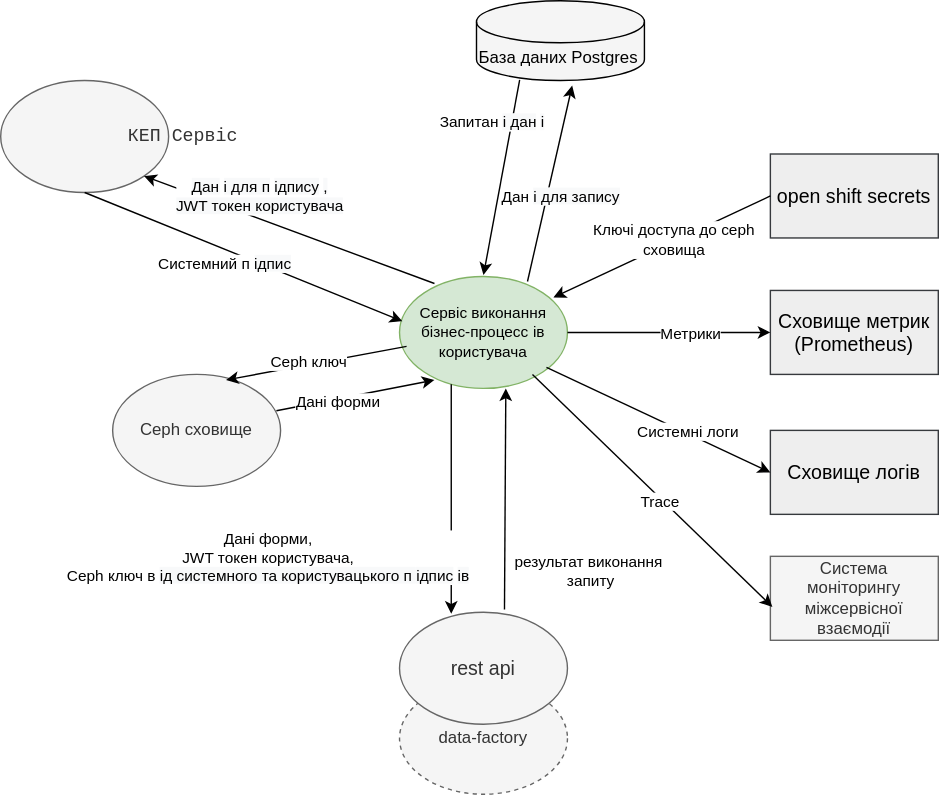
Before: docs/modules/bpms/images/business-process-management.svg, a diagram exported from draw.io (epam/edp-ddm-bpms). Source tidied: cells renumbered, new cells last; positions are measured from the earlier drawing's top-left corner, leaving out a move shared by most shapes. The source it was exported from:
```xml
<mxGraphModel background="#FFFFFF">
  <root>
    <mxCell id="0" />
    <mxCell id="1" parent="0" />
    <mxCell id="2" value="data-factory" style="ellipse;whiteSpace=wrap;html=1;fillColor=#f5f5f5;strokeColor=#666666;fontColor=#333333;dashed=1;" parent="1" vertex="1">
      <mxGeometry x="285" y="487" width="120" height="80" as="geometry" />
    </mxCell>
    <mxCell id="3" value="&lt;div style=&quot;font-size: 11px&quot;&gt;&lt;font style=&quot;font-size: 11px&quot;&gt;Сервіс виконання&lt;/font&gt;&lt;/div&gt;&lt;span style=&quot;font-size: 11px&quot;&gt;бізнес-процесс&lt;/span&gt;&lt;span style=&quot;font-size: 11px&quot;&gt;ів користувача&lt;/span&gt;" style="ellipse;whiteSpace=wrap;html=1;fillColor=#d5e8d4;strokeColor=#82b366;" parent="1" vertex="1">
      <mxGeometry x="285" y="197" width="120" height="80" as="geometry" />
    </mxCell>
    <mxCell id="4" value="&lt;pre style=&quot;font-family: &amp;#34;jetbrains mono&amp;#34; , monospace ; font-size: 9.8pt&quot;&gt;&lt;span style=&quot;background-color: transparent&quot;&gt;КЕП Сервіс&lt;/span&gt;&lt;/pre&gt;" style="ellipse;whiteSpace=wrap;html=1;fillColor=#f5f5f5;strokeColor=#666666;fontColor=#333333;" parent="1" vertex="1">
      <mxGeometry y="57" width="120" height="80" as="geometry" />
    </mxCell>
    <mxCell id="5" style="endArrow=classic;html=1;exitX=0.5;exitY=1;exitDx=0;exitDy=0;entryX=0.017;entryY=0.4;entryDx=0;entryDy=0;entryPerimeter=0;" parent="1" edge="1" source="4" target="3">
      <mxGeometry relative="1" as="geometry" />
    </mxCell>
    <mxCell id="6" value="Системний п&lt;span style=&quot;background-color: rgb(248 , 249 , 250)&quot;&gt;ідпис&lt;/span&gt;" style="edgeLabel;html=1;align=center;verticalAlign=middle;fontSize=11;" parent="5" vertex="1">
      <mxGeometry x="-0.15" y="2" relative="1" as="geometry">
        <mxPoint x="2.9" y="12.8" as="offset" />
      </mxGeometry>
    </mxCell>
    <mxCell id="7" style="endArrow=classic;html=1;entryX=1;entryY=1;entryDx=0;entryDy=0;exitX=0.208;exitY=0.063;exitDx=0;exitDy=0;exitPerimeter=0;" parent="1" edge="1" source="3" target="4">
      <mxGeometry relative="1" as="geometry" />
    </mxCell>
    <mxCell id="8" value="&lt;span style=&quot;background-color: rgb(248 , 249 , 250)&quot;&gt;Дан&lt;/span&gt;&lt;span style=&quot;background-color: rgb(248 , 249 , 250)&quot;&gt;і для п&lt;/span&gt;&lt;span style=&quot;background-color: rgb(248 , 249 , 250)&quot;&gt;ідпису&lt;/span&gt;&lt;span style=&quot;background-color: rgb(248 , 249 , 250)&quot;&gt;,&lt;/span&gt;&lt;br style=&quot;background-color: rgb(248 , 249 , 250)&quot;&gt;&lt;span style=&quot;background-color: rgb(248 , 249 , 250)&quot;&gt;JWT токен користувача&lt;/span&gt;" style="edgeLabel;html=1;align=center;verticalAlign=middle;" parent="7" vertex="1">
      <mxGeometry x="0.21" y="-1" relative="1" as="geometry">
        <mxPoint y="-15.1" as="offset" />
      </mxGeometry>
    </mxCell>
    <mxCell id="9" style="endArrow=classic;html=1;exitX=0.308;exitY=0.963;exitDx=0;exitDy=0;exitPerimeter=0;entryX=0.308;entryY=0.013;entryDx=0;entryDy=0;entryPerimeter=0;" parent="1" edge="1" source="3" target="13">
      <mxGeometry relative="1" as="geometry" />
    </mxCell>
    <mxCell id="10" value="&lt;div style=&quot;font-size: 11px&quot;&gt;Дані форми,&lt;/div&gt;JWT токен користувача,&lt;br&gt;Ceph ключ в&lt;span style=&quot;background-color: rgb(248 , 249 , 250)&quot;&gt;ід системного та користувацького п&lt;/span&gt;&lt;span style=&quot;background-color: rgb(248 , 249 , 250)&quot;&gt;ідпис&lt;/span&gt;&lt;span style=&quot;background-color: rgb(248 , 249 , 250)&quot;&gt;ів&lt;/span&gt;" style="edgeLabel;html=1;align=center;verticalAlign=middle;fontSize=11;" parent="9" vertex="1">
      <mxGeometry x="0.18" y="-3" relative="1" as="geometry">
        <mxPoint x="-129" y="26" as="offset" />
      </mxGeometry>
    </mxCell>
    <mxCell id="11" style="endArrow=classic;html=1;entryX=0.633;entryY=1;entryDx=0;entryDy=0;entryPerimeter=0;exitX=0.625;exitY=-0.025;exitDx=0;exitDy=0;exitPerimeter=0;" parent="1" edge="1" source="13" target="3">
      <mxGeometry relative="1" as="geometry" />
    </mxCell>
    <mxCell id="12" value="&lt;div style=&quot;font-size: 11px&quot;&gt;&lt;span style=&quot;color: rgb(0 , 0 , 0) ; font-size: 11px&quot;&gt;результат виконання &lt;br style=&quot;font-size: 11px&quot;&gt;&lt;/span&gt;&lt;/div&gt;&lt;div style=&quot;font-size: 11px&quot;&gt;&lt;span style=&quot;color: rgb(0 , 0 , 0) ; font-size: 11px&quot;&gt;&amp;nbsp;запиту&lt;/span&gt;&lt;/div&gt;" style="edgeLabel;html=1;align=center;verticalAlign=middle;fontSize=11;" parent="11" vertex="1">
      <mxGeometry x="-0.13" y="-4" relative="1" as="geometry">
        <mxPoint x="55.6" y="41" as="offset" />
      </mxGeometry>
    </mxCell>
    <mxCell id="13" value="rest api" style="ellipse;whiteSpace=wrap;html=1;fontSize=14;fillColor=#f5f5f5;strokeColor=#666666;fontColor=#333333;" parent="1" vertex="1">
      <mxGeometry x="285" y="437" width="120" height="80" as="geometry" />
    </mxCell>
    <mxCell id="14" value="Ceph сховище" style="ellipse;whiteSpace=wrap;html=1;fillColor=#f5f5f5;strokeColor=#666666;fontColor=#333333;" parent="1" vertex="1">
      <mxGeometry x="80" y="267" width="120" height="80" as="geometry" />
    </mxCell>
    <mxCell id="15" style="endArrow=classic;html=1;entryX=0.208;entryY=0.925;entryDx=0;entryDy=0;entryPerimeter=0;exitX=0.975;exitY=0.325;exitDx=0;exitDy=0;exitPerimeter=0;" parent="1" edge="1" source="14" target="3">
      <mxGeometry relative="1" as="geometry" />
    </mxCell>
    <mxCell id="16" value="Дані форми" style="edgeLabel;html=1;align=center;verticalAlign=middle;fontSize=11;" parent="15" vertex="1">
      <mxGeometry x="-0.17" relative="1" as="geometry">
        <mxPoint x="-3.1" y="3" as="offset" />
      </mxGeometry>
    </mxCell>
    <mxCell id="17" style="endArrow=classic;html=1;entryX=0.675;entryY=0.05;entryDx=0;entryDy=0;entryPerimeter=0;exitX=0.042;exitY=0.625;exitDx=0;exitDy=0;exitPerimeter=0;" parent="1" edge="1" source="3" target="14">
      <mxGeometry relative="1" as="geometry" />
    </mxCell>
    <mxCell id="18" value="Ceph ключ" style="edgeLabel;html=1;align=center;verticalAlign=middle;fontSize=11;" parent="17" vertex="1">
      <mxGeometry x="0.08" y="-3" relative="1" as="geometry">
        <mxPoint x="0.3" as="offset" />
      </mxGeometry>
    </mxCell>
    <mxCell id="19" value="Сховище метрик&lt;br&gt;(Prometheus)" style="rounded=0;whiteSpace=wrap;html=1;fontSize=14;fillColor=#eeeeee;strokeColor=#36393d;" parent="1" vertex="1">
      <mxGeometry x="550" y="207" width="120" height="60" as="geometry" />
    </mxCell>
    <mxCell id="20" value="Сховище логів" style="rounded=0;whiteSpace=wrap;html=1;fontSize=14;strokeColor=#36393d;fillColor=#eeeeee;" parent="1" vertex="1">
      <mxGeometry x="550" y="307" width="120" height="60" as="geometry" />
    </mxCell>
    <mxCell id="21" value="open shift secrets" style="rounded=0;whiteSpace=wrap;html=1;fontSize=14;fillColor=#eeeeee;strokeColor=#36393d;" parent="1" vertex="1">
      <mxGeometry x="550" y="109.5" width="120" height="60" as="geometry" />
    </mxCell>
    <mxCell id="22" style="endArrow=classic;html=1;fontSize=14;entryX=0;entryY=0.5;entryDx=0;entryDy=0;" parent="1" edge="1" target="19">
      <mxGeometry relative="1" as="geometry">
        <mxPoint x="405" y="237" as="sourcePoint" />
      </mxGeometry>
    </mxCell>
    <mxCell id="23" value="Метрики" style="edgeLabel;html=1;align=center;verticalAlign=middle;fontSize=11;" parent="22" vertex="1">
      <mxGeometry x="0.2" relative="1" as="geometry" />
    </mxCell>
    <mxCell id="24" style="endArrow=classic;html=1;fontSize=14;entryX=0;entryY=0.5;entryDx=0;entryDy=0;" parent="1" edge="1" target="20">
      <mxGeometry relative="1" as="geometry">
        <mxPoint x="390" y="262" as="sourcePoint" />
      </mxGeometry>
    </mxCell>
    <mxCell id="25" value="Системні логи" style="edgeLabel;html=1;align=center;verticalAlign=middle;fontSize=11;" parent="24" vertex="1">
      <mxGeometry x="0.15" relative="1" as="geometry">
        <mxPoint x="8" y="2" as="offset" />
      </mxGeometry>
    </mxCell>
    <mxCell id="26" style="endArrow=classic;html=1;fontSize=14;exitX=0;exitY=0.5;exitDx=0;exitDy=0;" parent="1" edge="1" source="21">
      <mxGeometry relative="1" as="geometry">
        <mxPoint x="395" y="212" as="targetPoint" />
      </mxGeometry>
    </mxCell>
    <mxCell id="27" value="Ключі доступа до ceph&lt;br style=&quot;font-size: 11px&quot;&gt;сховища" style="edgeLabel;html=1;align=center;verticalAlign=middle;fontSize=11;" parent="26" vertex="1">
      <mxGeometry x="-0.11" y="-1" relative="1" as="geometry" />
    </mxCell>
    <mxCell id="28" value="Система моніторингу міжсервісної взаємодії" style="rounded=0;whiteSpace=wrap;html=1;fillColor=#f5f5f5;align=center;strokeColor=#666666;fontColor=#333333;" parent="1" vertex="1">
      <mxGeometry x="550" y="397" width="120" height="60" as="geometry" />
    </mxCell>
    <mxCell id="29" style="endArrow=classic;html=1;strokeColor=#000000;entryX=0.012;entryY=0.602;entryDx=0;entryDy=0;entryPerimeter=0;" parent="1" edge="1" target="28">
      <mxGeometry relative="1" as="geometry">
        <mxPoint x="380" y="267" as="sourcePoint" />
      </mxGeometry>
    </mxCell>
    <mxCell id="30" value="Trace" style="edgeLabel;html=1;align=center;verticalAlign=middle;" parent="29" vertex="1">
      <mxGeometry x="0.07" y="-2" relative="1" as="geometry" />
    </mxCell>
    <mxCell id="31" value="База даних Postgres" style="shape=cylinder3;whiteSpace=wrap;html=1;boundedLbl=1;backgroundOutline=1;size=15;align=left;fillColor=#F5F5F5;" parent="1" vertex="1">
      <mxGeometry x="340" width="120" height="57" as="geometry" />
    </mxCell>
    <mxCell id="32" style="endArrow=classic;html=1;entryX=0.57;entryY=1.063;entryDx=0;entryDy=0;exitX=0.762;exitY=0.045;exitDx=0;exitDy=0;entryPerimeter=0;exitPerimeter=0;" parent="1" edge="1" source="3" target="31">
      <mxGeometry relative="1" as="geometry" />
    </mxCell>
    <mxCell id="33" value="Дан&lt;span style=&quot;background-color: rgb(248 , 249 , 250)&quot;&gt;і для запису&lt;br&gt;&lt;/span&gt;" style="edgeLabel;html=1;align=center;verticalAlign=middle;" parent="32" vertex="1">
      <mxGeometry x="0.2" relative="1" as="geometry">
        <mxPoint x="4.4" y="22.7" as="offset" />
      </mxGeometry>
    </mxCell>
    <mxCell id="34" style="endArrow=classic;html=1;exitX=0.257;exitY=0.993;exitDx=0;exitDy=0;exitPerimeter=0;" parent="1" edge="1" source="31">
      <mxGeometry relative="1" as="geometry">
        <mxPoint x="345" y="196" as="targetPoint" />
      </mxGeometry>
    </mxCell>
    <mxCell id="35" value="Запитан&lt;span style=&quot;background-color: rgb(248 , 249 , 250)&quot;&gt;і дан&lt;/span&gt;&lt;span style=&quot;background-color: rgb(248 , 249 , 250)&quot;&gt;і&lt;/span&gt;" style="edgeLabel;html=1;align=center;verticalAlign=middle;" parent="34" vertex="1">
      <mxGeometry x="-0.3" y="1" relative="1" as="geometry">
        <mxPoint x="-12.7" y="-18.9" as="offset" />
      </mxGeometry>
    </mxCell>
  </root>
</mxGraphModel>
```
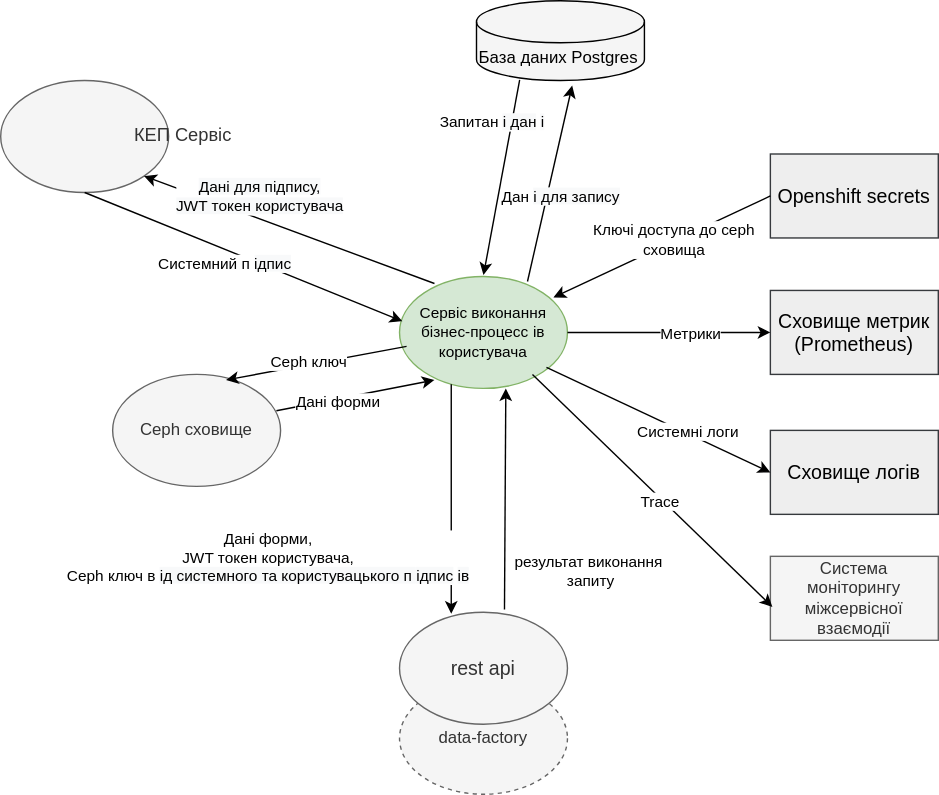
After the commit.

What changed in the source:
```diff
@@ -8,7 +8,7 @@
     <mxCell id="3" value="&lt;div style=&quot;font-size: 11px&quot;&gt;&lt;font style=&quot;font-size: 11px&quot;&gt;Сервіс виконання&lt;/font&gt;&lt;/div&gt;&lt;span style=&quot;font-size: 11px&quot;&gt;бізнес-процесс&lt;/span&gt;&lt;span style=&quot;font-size: 11px&quot;&gt;ів користувача&lt;/span&gt;" style="ellipse;whiteSpace=wrap;html=1;fillColor=#d5e8d4;strokeColor=#82b366;" parent="1" vertex="1">
       <mxGeometry x="285" y="197" width="120" height="80" as="geometry" />
     </mxCell>
-    <mxCell id="4" value="&lt;pre style=&quot;font-family: &amp;#34;jetbrains mono&amp;#34; , monospace ; font-size: 9.8pt&quot;&gt;&lt;span style=&quot;background-color: transparent&quot;&gt;КЕП Сервіс&lt;/span&gt;&lt;/pre&gt;" style="ellipse;whiteSpace=wrap;html=1;fillColor=#f5f5f5;strokeColor=#666666;fontColor=#333333;" parent="1" vertex="1">
+    <mxCell id="4" value="&lt;pre style=&quot;font-size: 9.8pt&quot;&gt;&lt;font face=&quot;Helvetica&quot;&gt;КЕП Сервіс&lt;/font&gt;&lt;/pre&gt;" style="ellipse;whiteSpace=wrap;html=1;fillColor=#f5f5f5;strokeColor=#666666;fontColor=#333333;" parent="1" vertex="1">
       <mxGeometry y="57" width="120" height="80" as="geometry" />
     </mxCell>
     <mxCell id="5" style="endArrow=classic;html=1;exitX=0.5;exitY=1;exitDx=0;exitDy=0;entryX=0.017;entryY=0.4;entryDx=0;entryDy=0;entryPerimeter=0;" parent="1" edge="1" source="4" target="3">
@@ -22,7 +22,7 @@
     <mxCell id="7" style="endArrow=classic;html=1;entryX=1;entryY=1;entryDx=0;entryDy=0;exitX=0.208;exitY=0.063;exitDx=0;exitDy=0;exitPerimeter=0;" parent="1" edge="1" source="3" target="4">
       <mxGeometry relative="1" as="geometry" />
     </mxCell>
-    <mxCell id="8" value="&lt;span style=&quot;background-color: rgb(248 , 249 , 250)&quot;&gt;Дан&lt;/span&gt;&lt;span style=&quot;background-color: rgb(248 , 249 , 250)&quot;&gt;і для п&lt;/span&gt;&lt;span style=&quot;background-color: rgb(248 , 249 , 250)&quot;&gt;ідпису&lt;/span&gt;&lt;span style=&quot;background-color: rgb(248 , 249 , 250)&quot;&gt;,&lt;/span&gt;&lt;br style=&quot;background-color: rgb(248 , 249 , 250)&quot;&gt;&lt;span style=&quot;background-color: rgb(248 , 249 , 250)&quot;&gt;JWT токен користувача&lt;/span&gt;" style="edgeLabel;html=1;align=center;verticalAlign=middle;" parent="7" vertex="1">
+    <mxCell id="8" value="&lt;span style=&quot;background-color: rgb(248 , 249 , 250)&quot;&gt;Дані для підпису,&lt;/span&gt;&lt;br style=&quot;background-color: rgb(248 , 249 , 250)&quot;&gt;&lt;span style=&quot;background-color: rgb(248 , 249 , 250)&quot;&gt;JWT токен користувача&lt;/span&gt;" style="edgeLabel;html=1;align=center;verticalAlign=middle;" parent="7" vertex="1">
       <mxGeometry x="0.21" y="-1" relative="1" as="geometry">
         <mxPoint y="-15.1" as="offset" />
       </mxGeometry>
@@ -71,7 +71,7 @@
     <mxCell id="20" value="Сховище логів" style="rounded=0;whiteSpace=wrap;html=1;fontSize=14;strokeColor=#36393d;fillColor=#eeeeee;" parent="1" vertex="1">
       <mxGeometry x="550" y="307" width="120" height="60" as="geometry" />
     </mxCell>
-    <mxCell id="21" value="open shift secrets" style="rounded=0;whiteSpace=wrap;html=1;fontSize=14;fillColor=#eeeeee;strokeColor=#36393d;" parent="1" vertex="1">
+    <mxCell id="21" value="Openshift secrets" style="rounded=0;whiteSpace=wrap;html=1;fontSize=14;fillColor=#eeeeee;strokeColor=#36393d;" parent="1" vertex="1">
       <mxGeometry x="550" y="109.5" width="120" height="60" as="geometry" />
     </mxCell>
     <mxCell id="22" style="endArrow=classic;html=1;fontSize=14;entryX=0;entryY=0.5;entryDx=0;entryDy=0;" parent="1" edge="1" target="19">
```
